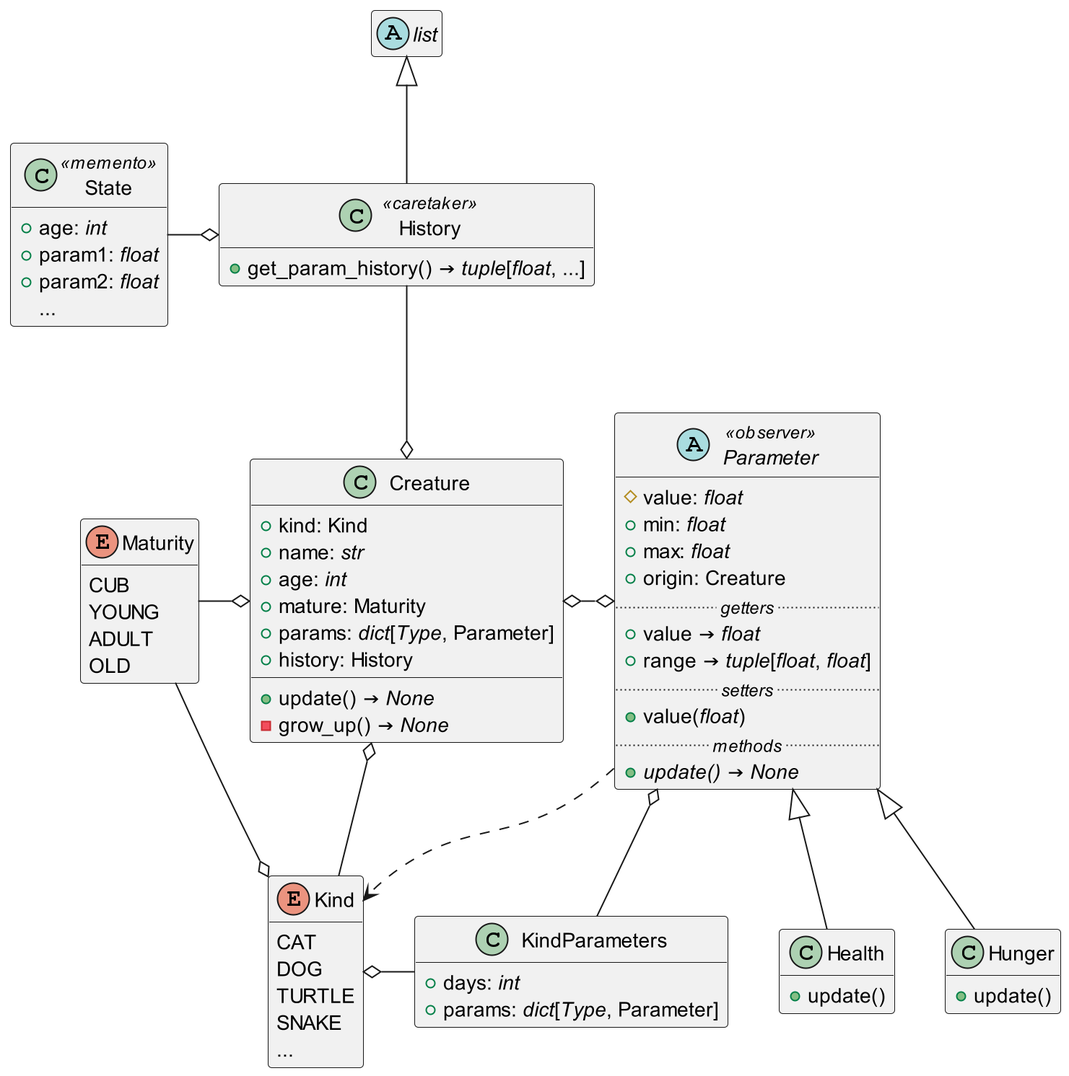
TOP-Python321/_reference_project2 keeps this PlantUML diagram as doc/.raster/model.png. Above is the earlier version.
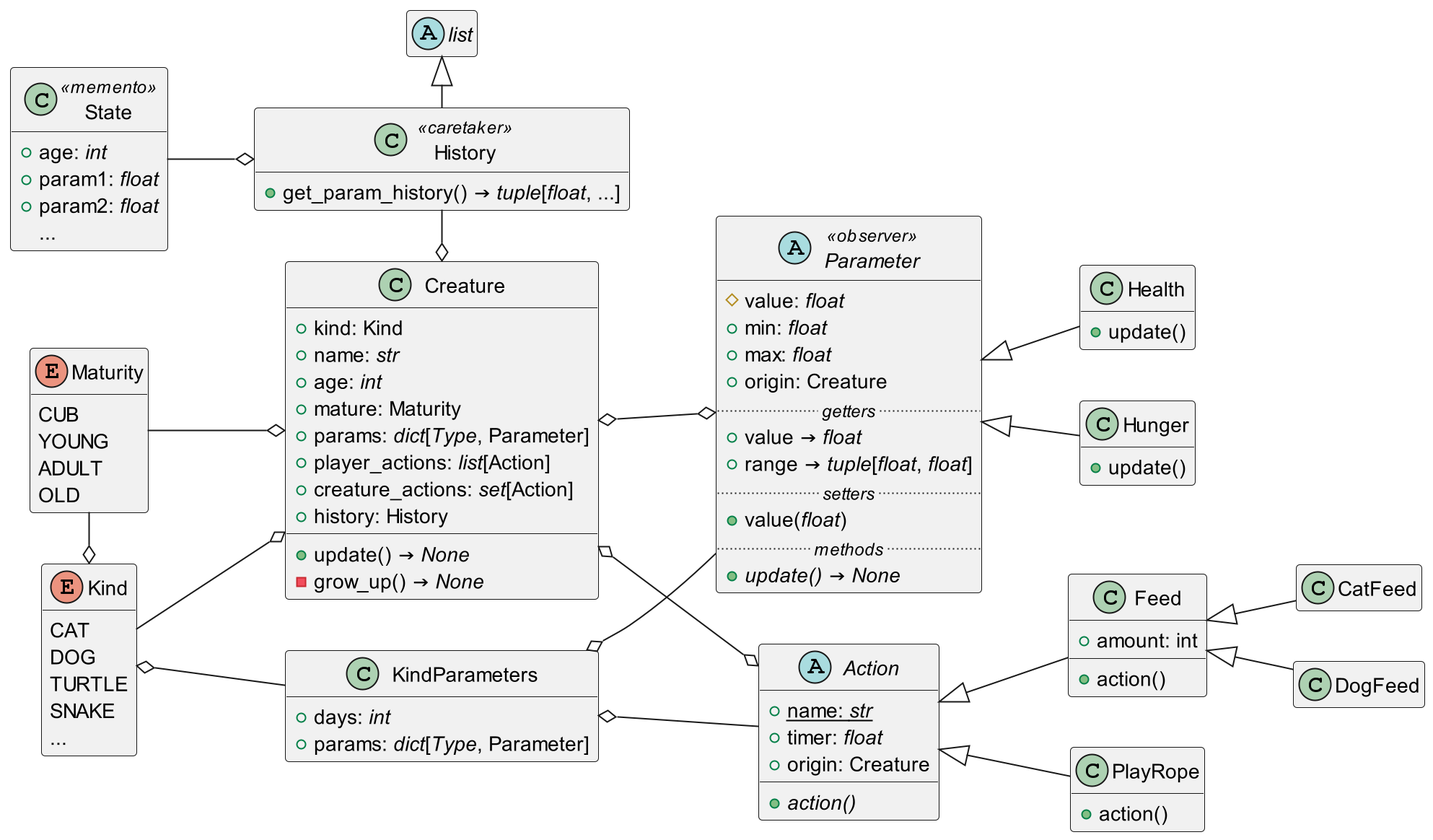
The same file after the commit.

Commit message:
архитектура модели: v1.1

действия и активности

What changed in the source:
```diff
@@ -29,6 +29,8 @@
     +age: <i>int</i>
     +mature: Maturity
     +params: <i>dict</i>[<i>Type</i>, Parameter]
+    +player_actions: <i>list</i>[Action]
+    +creature_actions: <i>set</i>[Action]
     +history: History
     +update() → <i>None</i>
     -grow_up() → <i>None</i>
@@ -70,23 +72,52 @@
     +update()
 }
 
-list <|-- History
 
-Creature o-- Kind
-Creature o-left- Maturity
-Creature o-right-o Parameter
-Creature o-up- History
 
-History o-left- State
 
-Parameter ..> Kind
-Parameter o-- KindParameters
+abstract Action {
+    +{static}name: <i>str</i>
+    +timer: <i>float</i>
+    +origin: Creature
+    +{abstract}action()
+}
+class Feed {
+    +amount: int
+    +action()
+}
+class PlayRope {
+    +action()
+}
+
+
+
+left to right direction
+
+list <|- History
+
+History -o Creature
+State --o History
+
+Creature o--o Action
+Creature o--o Parameter
+
+Creature o-up- Maturity
+Creature o-up- Kind
+
+Kind o-left- Maturity
+
+Kind o- KindParameters
+
+KindParameters o-- Action
+KindParameters o-- Parameter
 
 Parameter <|-- Health
 Parameter <|-- Hunger
 
-Kind o-up- Maturity
-Kind o-right- KindParameters
+Action <|-- Feed
+Action <|-- PlayRope
 
+Feed <|-- CatFeed
+Feed <|-- DogFeed
 
 @enduml
```
